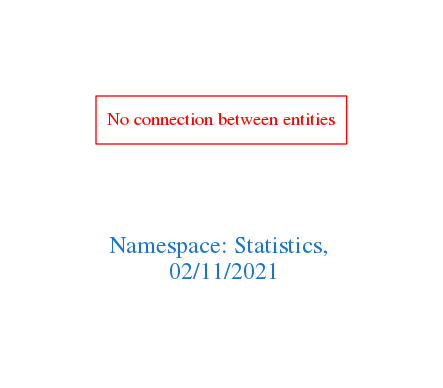
arago/OGIT keeps this Graphviz diagram as downloads/Statistics.png. Above is the earlier version. Its source is kept beside it as downloads/Statistics.dot.
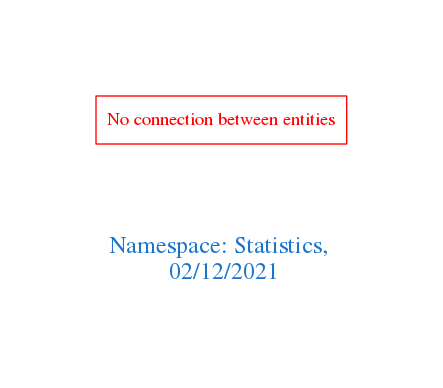
Later version of the same file.

Diff of the diagram source:
```diff
@@ -1,7 +1,7 @@
 digraph OGIT_ontology {
  graph [ rankdir= LR,pad=1
 fontsize = 18,
-fontcolor= dodgerblue3,label = "\n\n\nNamespace: Statistics, \n 02/11/2021"];
+fontcolor= dodgerblue3,label = "\n\n\nNamespace: Statistics, \n 02/12/2021"];
 node[shape=polygon];
 edge [  color="gray81"];
 
```
